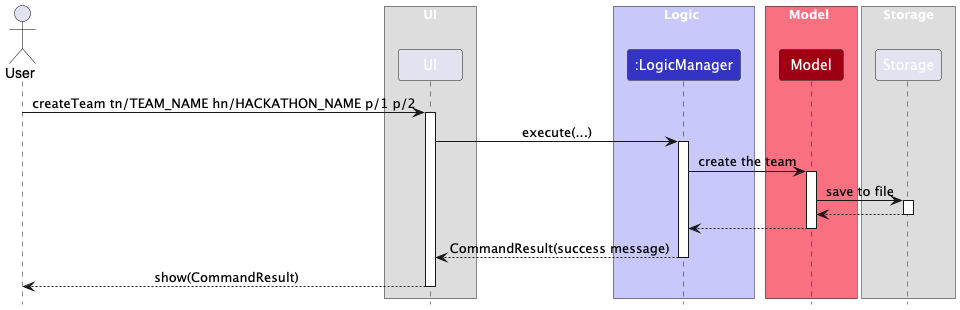
Above: docs/images/CreateTeamSequenceDiagram.png in AY2526S1-CS2103T-F08b-2/tp (PlantUML), before the change.
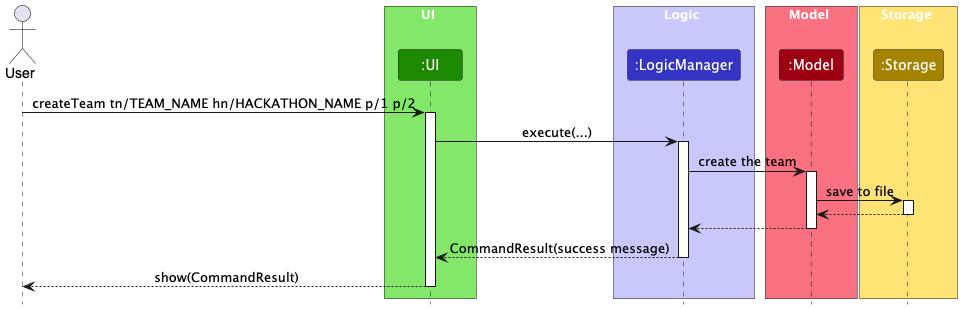
Above is the later version.

Commit message:
Fix bugs and update seq diagram

Diff of the diagram source:
```diff
@@ -4,8 +4,8 @@
 
 actor User
 
-box UI
-participant "UI" as UI
+box UI UI_COLOR_T1
+participant ":UI" as UI UI_COLOR
 end box
 
 box Logic LOGIC_COLOR_T1
@@ -13,11 +13,11 @@
 end box
 
 box Model MODEL_COLOR_T1
-participant "Model" as Model MODEL_COLOR
+participant ":Model" as Model MODEL_COLOR
 end box
 
-box Storage
-participant "Storage" as Storage
+box Storage STORAGE_COLOR_T1
+participant ":Storage" as Storage STORAGE_COLOR
 end box
 
 User -> UI : createTeam tn/TEAM_NAME hn/HACKATHON_NAME p/1 p/2
```
